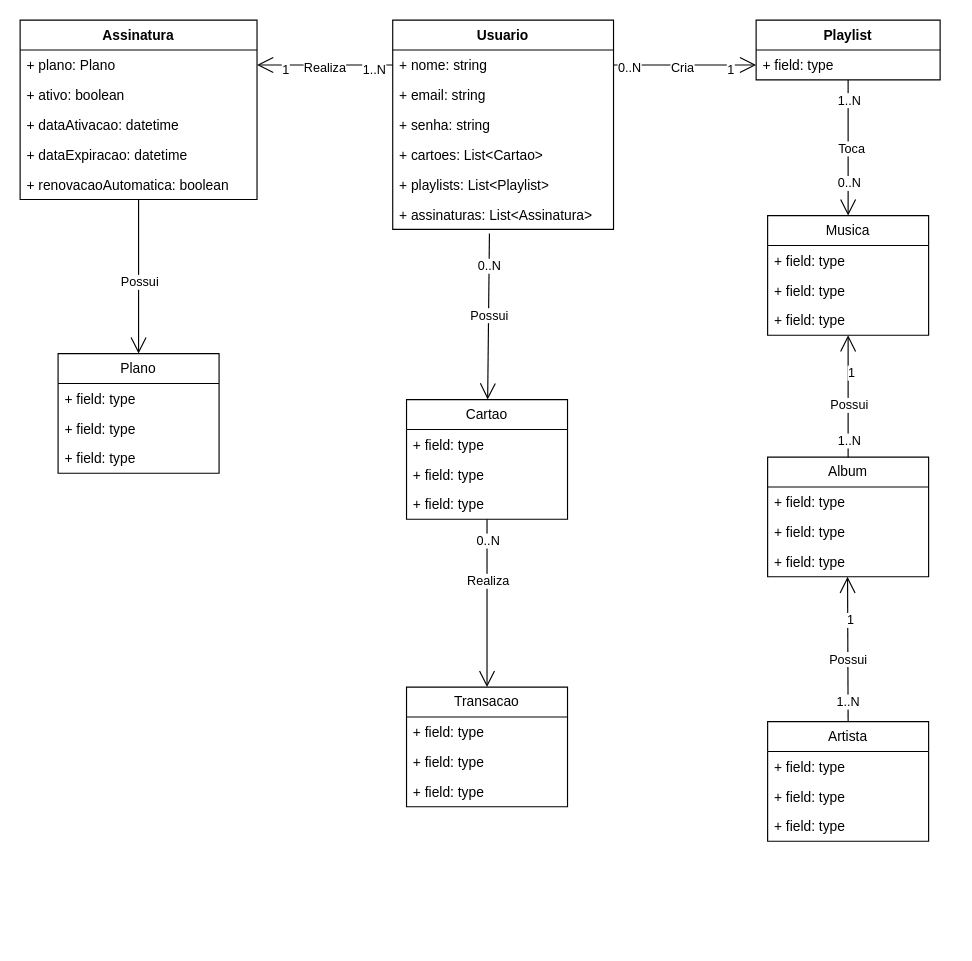
Before: Docs/UML.drawio in YuriNasci/SoundVillage, a draw.io diagram. Source tidied: cells renumbered, new cells numbered last; positions are measured from the earlier drawing's top-left corner, leaving out a move shared by most shapes. Both pictures are drawn from the tidied source at 115%, with x=0, y=0 at pixel (20, 20).
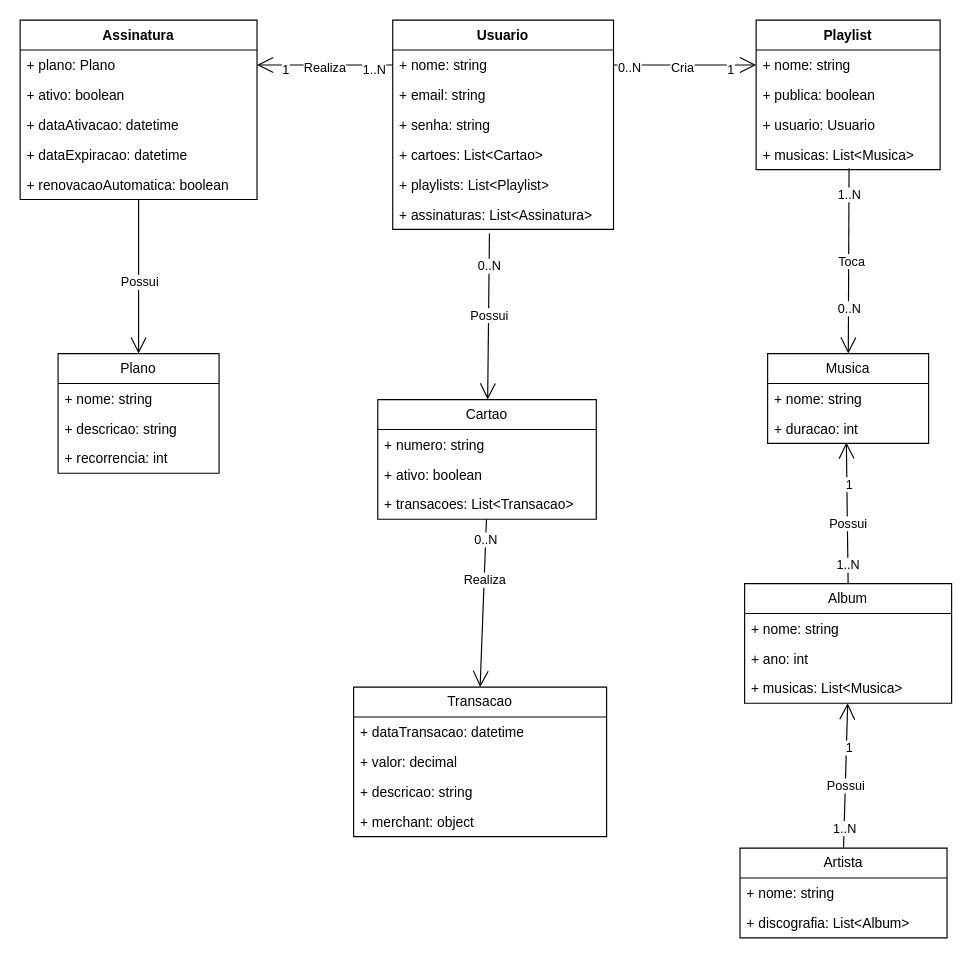
Above is the later version.

The change refers to these unchanged cells:
```xml
<mxCell id="33" value="Plano" style="swimlane;fontStyle=0;horizontal=1;startSize=26;fillColor=none;whiteSpace=wrap;html=1;" parent="1" vertex="1">
  <mxGeometry x="33" y="290" width="140" height="104" as="geometry" />
</mxCell>
```

Diff of the diagram source:
```diff
@@
     <mxCell id="15" value="Playlist" style="swimlane;fontStyle=1;align=center;verticalAlign=top;horizontal=1;startSize=26;whiteSpace=wrap;html=1;" parent="1" vertex="1">
-      <mxGeometry x="640" width="160" height="52" as="geometry" />
+      <mxGeometry x="640" width="160" height="130" as="geometry" />
     </mxCell>
-    <mxCell id="16" value="+ field: type" style="text;strokeColor=none;fillColor=none;align=left;verticalAlign=top;spacingLeft=4;spacingRight=4;overflow=hidden;points=[[0,0.5],[1,0.5]];portConstraint=eastwest;whiteSpace=wrap;html=1;" parent="15" vertex="1">
+    <mxCell id="16" value="+ nome: string" style="text;strokeColor=none;fillColor=none;align=left;verticalAlign=top;spacingLeft=4;spacingRight=4;overflow=hidden;points=[[0,0.5],[1,0.5]];portConstraint=eastwest;whiteSpace=wrap;html=1;" parent="15" vertex="1">
       <mxGeometry y="26" width="160" height="26" as="geometry" />
     </mxCell>
+    <mxCell id="69" value="+ publica: boolean" style="text;strokeColor=none;fillColor=none;align=left;verticalAlign=top;spacingLeft=4;spacingRight=4;overflow=hidden;whiteSpace=wrap;html=1;" parent="15" vertex="1">
+      <mxGeometry y="52" width="160" height="26" as="geometry" />
+    </mxCell>
+    <mxCell id="70" value="+ usuario: Usuario" style="text;strokeColor=none;fillColor=none;align=left;verticalAlign=top;spacingLeft=4;spacingRight=4;overflow=hidden;whiteSpace=wrap;html=1;" parent="15" vertex="1">
+      <mxGeometry y="78" width="160" height="26" as="geometry" />
+    </mxCell>
+    <mxCell id="71" value="+ musicas: List&amp;lt;Musica&amp;gt;" style="text;strokeColor=none;fillColor=none;align=left;verticalAlign=top;spacingLeft=4;spacingRight=4;overflow=hidden;points=[[0,0.5],[1,0.5]];portConstraint=eastwest;whiteSpace=wrap;html=1;" parent="15" vertex="1">
+      <mxGeometry y="104" width="160" height="26" as="geometry" />
+    </mxCell>
@@
     <mxCell id="25" value="Musica" style="swimlane;fontStyle=0;horizontal=1;startSize=26;fillColor=none;whiteSpace=wrap;html=1;" parent="1" vertex="1">
-      <mxGeometry x="650" y="170" width="140" height="104" as="geometry" />
+      <mxGeometry x="650" y="290" width="140" height="78" as="geometry" />
     </mxCell>
-    <mxCell id="26" value="+ field: type" style="text;strokeColor=none;fillColor=none;align=left;verticalAlign=top;spacingLeft=4;spacingRight=4;overflow=hidden;whiteSpace=wrap;html=1;" parent="25" vertex="1">
+    <mxCell id="26" value="+ nome: string" style="text;strokeColor=none;fillColor=none;align=left;verticalAlign=top;spacingLeft=4;spacingRight=4;overflow=hidden;whiteSpace=wrap;html=1;" parent="25" vertex="1">
       <mxGeometry y="26" width="140" height="26" as="geometry" />
     </mxCell>
-    <mxCell id="27" value="+ field: type" style="text;strokeColor=none;fillColor=none;align=left;verticalAlign=top;spacingLeft=4;spacingRight=4;overflow=hidden;points=[[0,0.5],[1,0.5]];portConstraint=eastwest;whiteSpace=wrap;html=1;" parent="25" vertex="1">
+    <mxCell id="27" value="+ duracao: int" style="text;strokeColor=none;fillColor=none;align=left;verticalAlign=top;spacingLeft=4;spacingRight=4;overflow=hidden;points=[[0,0.5],[1,0.5]];portConstraint=eastwest;whiteSpace=wrap;html=1;" parent="25" vertex="1">
       <mxGeometry y="52" width="140" height="26" as="geometry" />
     </mxCell>
-    <mxCell id="28" value="+ field: type" style="text;strokeColor=none;fillColor=none;align=left;verticalAlign=top;spacingLeft=4;spacingRight=4;overflow=hidden;points=[[0,0.5],[1,0.5]];portConstraint=eastwest;whiteSpace=wrap;html=1;" parent="25" vertex="1">
-      <mxGeometry y="78" width="140" height="26" as="geometry" />
-    </mxCell>
-    <mxCell id="29" style="endArrow=open;endFill=1;endSize=12;html=1;rounded=0;" parent="1" edge="1" source="16" target="25">
+    <mxCell id="29" style="endArrow=open;endFill=1;endSize=12;html=1;rounded=0;exitX=0.505;exitY=0.954;exitDx=0;exitDy=0;exitPerimeter=0;" parent="1" edge="1" source="71" target="25">
       <mxGeometry relative="1" as="geometry" />
     </mxCell>
@@
-    <mxCell id="34" value="+ field: type" style="text;strokeColor=none;fillColor=none;align=left;verticalAlign=top;spacingLeft=4;spacingRight=4;overflow=hidden;whiteSpace=wrap;html=1;" parent="33" vertex="1">
+    <mxCell id="34" value="+ nome: string" style="text;strokeColor=none;fillColor=none;align=left;verticalAlign=top;spacingLeft=4;spacingRight=4;overflow=hidden;whiteSpace=wrap;html=1;" parent="33" vertex="1">
       <mxGeometry y="26" width="140" height="26" as="geometry" />
     </mxCell>
-    <mxCell id="35" value="+ field: type" style="text;strokeColor=none;fillColor=none;align=left;verticalAlign=top;spacingLeft=4;spacingRight=4;overflow=hidden;whiteSpace=wrap;html=1;" parent="33" vertex="1">
+    <mxCell id="35" value="+ descricao: string" style="text;strokeColor=none;fillColor=none;align=left;verticalAlign=top;spacingLeft=4;spacingRight=4;overflow=hidden;whiteSpace=wrap;html=1;" parent="33" vertex="1">
       <mxGeometry y="52" width="140" height="26" as="geometry" />
     </mxCell>
-    <mxCell id="36" value="+ field: type" style="text;strokeColor=none;fillColor=none;align=left;verticalAlign=top;spacingLeft=4;spacingRight=4;overflow=hidden;whiteSpace=wrap;html=1;" parent="33" vertex="1">
+    <mxCell id="36" value="+ recorrencia: int" style="text;strokeColor=none;fillColor=none;align=left;verticalAlign=top;spacingLeft=4;spacingRight=4;overflow=hidden;whiteSpace=wrap;html=1;" parent="33" vertex="1">
       <mxGeometry y="78" width="140" height="26" as="geometry" />
     </mxCell>
@@
     <mxCell id="39" value="Cartao" style="swimlane;fontStyle=0;horizontal=1;startSize=26;fillColor=none;whiteSpace=wrap;html=1;" parent="1" vertex="1">
-      <mxGeometry x="336" y="330" width="140" height="104" as="geometry" />
+      <mxGeometry x="311" y="330" width="190" height="104" as="geometry" />
     </mxCell>
-    <mxCell id="40" value="+ field: type" style="text;strokeColor=none;fillColor=none;align=left;verticalAlign=top;spacingLeft=4;spacingRight=4;overflow=hidden;whiteSpace=wrap;html=1;" parent="39" vertex="1">
-      <mxGeometry y="26" width="140" height="26" as="geometry" />
+    <mxCell id="40" value="+ numero: string" style="text;strokeColor=none;fillColor=none;align=left;verticalAlign=top;spacingLeft=4;spacingRight=4;overflow=hidden;whiteSpace=wrap;html=1;" parent="39" vertex="1">
+      <mxGeometry y="26" width="190" height="26" as="geometry" />
     </mxCell>
-    <mxCell id="41" value="+ field: type" style="text;strokeColor=none;fillColor=none;align=left;verticalAlign=top;spacingLeft=4;spacingRight=4;overflow=hidden;whiteSpace=wrap;html=1;" parent="39" vertex="1">
-      <mxGeometry y="52" width="140" height="26" as="geometry" />
+    <mxCell id="41" value="+ ativo: boolean" style="text;strokeColor=none;fillColor=none;align=left;verticalAlign=top;spacingLeft=4;spacingRight=4;overflow=hidden;whiteSpace=wrap;html=1;" parent="39" vertex="1">
+      <mxGeometry y="52" width="190" height="26" as="geometry" />
     </mxCell>
-    <mxCell id="42" value="+ field: type" style="text;strokeColor=none;fillColor=none;align=left;verticalAlign=top;spacingLeft=4;spacingRight=4;overflow=hidden;points=[[0,0.5],[1,0.5]];portConstraint=eastwest;whiteSpace=wrap;html=1;" parent="39" vertex="1">
-      <mxGeometry y="78" width="140" height="26" as="geometry" />
+    <mxCell id="42" value="+ transacoes: List&amp;lt;Transacao&amp;gt;" style="text;strokeColor=none;fillColor=none;align=left;verticalAlign=top;spacingLeft=4;spacingRight=4;overflow=hidden;points=[[0,0.5],[1,0.5]];portConstraint=eastwest;whiteSpace=wrap;html=1;" parent="39" vertex="1">
+      <mxGeometry y="78" width="190" height="26" as="geometry" />
     </mxCell>
     <mxCell id="43" value="Transacao" style="swimlane;fontStyle=0;horizontal=1;startSize=26;fillColor=none;whiteSpace=wrap;html=1;" parent="1" vertex="1">
-      <mxGeometry x="336" y="580" width="140" height="104" as="geometry" />
+      <mxGeometry x="290" y="580" width="220" height="130" as="geometry" />
     </mxCell>
-    <mxCell id="44" value="+ field: type" style="text;strokeColor=none;fillColor=none;align=left;verticalAlign=top;spacingLeft=4;spacingRight=4;overflow=hidden;whiteSpace=wrap;html=1;" parent="43" vertex="1">
-      <mxGeometry y="26" width="140" height="26" as="geometry" />
+    <mxCell id="44" value="+ dataTransacao: datetime" style="text;strokeColor=none;fillColor=none;align=left;verticalAlign=top;spacingLeft=4;spacingRight=4;overflow=hidden;whiteSpace=wrap;html=1;" parent="43" vertex="1">
+      <mxGeometry y="26" width="220" height="26" as="geometry" />
     </mxCell>
-    <mxCell id="45" value="+ field: type" style="text;strokeColor=none;fillColor=none;align=left;verticalAlign=top;spacingLeft=4;spacingRight=4;overflow=hidden;whiteSpace=wrap;html=1;" parent="43" vertex="1">
-      <mxGeometry y="52" width="140" height="26" as="geometry" />
+    <mxCell id="45" value="+ valor: decimal" style="text;strokeColor=none;fillColor=none;align=left;verticalAlign=top;spacingLeft=4;spacingRight=4;overflow=hidden;whiteSpace=wrap;html=1;" parent="43" vertex="1">
+      <mxGeometry y="52" width="220" height="26" as="geometry" />
     </mxCell>
-    <mxCell id="46" value="+ field: type" style="text;strokeColor=none;fillColor=none;align=left;verticalAlign=top;spacingLeft=4;spacingRight=4;overflow=hidden;whiteSpace=wrap;html=1;" parent="43" vertex="1">
-      <mxGeometry y="78" width="140" height="26" as="geometry" />
+    <mxCell id="46" value="+ descricao: string" style="text;strokeColor=none;fillColor=none;align=left;verticalAlign=top;spacingLeft=4;spacingRight=4;overflow=hidden;whiteSpace=wrap;html=1;" parent="43" vertex="1">
+      <mxGeometry y="78" width="220" height="26" as="geometry" />
     </mxCell>
+    <mxCell id="72" value="+ merchant: object" style="text;strokeColor=none;fillColor=none;align=left;verticalAlign=top;spacingLeft=4;spacingRight=4;overflow=hidden;whiteSpace=wrap;html=1;" parent="43" vertex="1">
+      <mxGeometry y="104" width="220" height="26" as="geometry" />
+    </mxCell>
@@
     <mxCell id="53" value="Album" style="swimlane;fontStyle=0;horizontal=1;startSize=26;fillColor=none;whiteSpace=wrap;html=1;" parent="1" vertex="1">
-      <mxGeometry x="650" y="380" width="140" height="104" as="geometry" />
+      <mxGeometry x="630" y="490" width="180" height="104" as="geometry" />
     </mxCell>
-    <mxCell id="54" value="+ field: type" style="text;strokeColor=none;fillColor=none;align=left;verticalAlign=top;spacingLeft=4;spacingRight=4;overflow=hidden;whiteSpace=wrap;html=1;" parent="53" vertex="1">
-      <mxGeometry y="26" width="140" height="26" as="geometry" />
+    <mxCell id="54" value="+ nome: string" style="text;strokeColor=none;fillColor=none;align=left;verticalAlign=top;spacingLeft=4;spacingRight=4;overflow=hidden;whiteSpace=wrap;html=1;" parent="53" vertex="1">
+      <mxGeometry y="26" width="180" height="26" as="geometry" />
     </mxCell>
-    <mxCell id="55" value="+ field: type" style="text;strokeColor=none;fillColor=none;align=left;verticalAlign=top;spacingLeft=4;spacingRight=4;overflow=hidden;whiteSpace=wrap;html=1;" parent="53" vertex="1">
-      <mxGeometry y="52" width="140" height="26" as="geometry" />
+    <mxCell id="55" value="+ ano: int" style="text;strokeColor=none;fillColor=none;align=left;verticalAlign=top;spacingLeft=4;spacingRight=4;overflow=hidden;whiteSpace=wrap;html=1;" parent="53" vertex="1">
+      <mxGeometry y="52" width="180" height="26" as="geometry" />
     </mxCell>
-    <mxCell id="56" value="+ field: type" style="text;strokeColor=none;fillColor=none;align=left;verticalAlign=top;spacingLeft=4;spacingRight=4;overflow=hidden;points=[[0,0.5],[1,0.5]];portConstraint=eastwest;whiteSpace=wrap;html=1;" parent="53" vertex="1">
-      <mxGeometry y="78" width="140" height="26" as="geometry" />
+    <mxCell id="56" value="+ musicas: List&amp;lt;Musica&amp;gt;" style="text;strokeColor=none;fillColor=none;align=left;verticalAlign=top;spacingLeft=4;spacingRight=4;overflow=hidden;points=[[0,0.5],[1,0.5]];portConstraint=eastwest;whiteSpace=wrap;html=1;" parent="53" vertex="1">
+      <mxGeometry y="78" width="180" height="26" as="geometry" />
     </mxCell>
     <mxCell id="57" value="Artista" style="swimlane;fontStyle=0;horizontal=1;startSize=26;fillColor=none;whiteSpace=wrap;html=1;" parent="1" vertex="1">
-      <mxGeometry x="650" y="610" width="140" height="104" as="geometry" />
+      <mxGeometry x="626" y="720" width="180" height="78" as="geometry" />
     </mxCell>
-    <mxCell id="58" value="+ field: type" style="text;strokeColor=none;fillColor=none;align=left;verticalAlign=top;spacingLeft=4;spacingRight=4;overflow=hidden;whiteSpace=wrap;html=1;" parent="57" vertex="1">
-      <mxGeometry y="26" width="140" height="26" as="geometry" />
+    <mxCell id="58" value="+ nome: string" style="text;strokeColor=none;fillColor=none;align=left;verticalAlign=top;spacingLeft=4;spacingRight=4;overflow=hidden;whiteSpace=wrap;html=1;" parent="57" vertex="1">
+      <mxGeometry y="26" width="180" height="26" as="geometry" />
     </mxCell>
-    <mxCell id="59" value="+ field: type" style="text;strokeColor=none;fillColor=none;align=left;verticalAlign=top;spacingLeft=4;spacingRight=4;overflow=hidden;whiteSpace=wrap;html=1;" parent="57" vertex="1">
-      <mxGeometry y="52" width="140" height="26" as="geometry" />
+    <mxCell id="59" value="+ discografia: List&amp;lt;Album&amp;gt;" style="text;strokeColor=none;fillColor=none;align=left;verticalAlign=top;spacingLeft=4;spacingRight=4;overflow=hidden;whiteSpace=wrap;html=1;" parent="57" vertex="1">
+      <mxGeometry y="52" width="180" height="26" as="geometry" />
     </mxCell>
-    <mxCell id="60" value="+ field: type" style="text;strokeColor=none;fillColor=none;align=left;verticalAlign=top;spacingLeft=4;spacingRight=4;overflow=hidden;whiteSpace=wrap;html=1;" parent="57" vertex="1">
-      <mxGeometry y="78" width="140" height="26" as="geometry" />
-    </mxCell>
-    <mxCell id="61" style="endArrow=open;endFill=1;endSize=12;html=1;rounded=0;exitX=0.5;exitY=0;exitDx=0;exitDy=0;" parent="1" edge="1" source="53" target="28">
+    <mxCell id="61" style="endArrow=open;endFill=1;endSize=12;html=1;rounded=0;exitX=0.5;exitY=0;exitDx=0;exitDy=0;entryX=0.489;entryY=0.969;entryDx=0;entryDy=0;entryPerimeter=0;" parent="1" edge="1" source="53" target="27">
       <mxGeometry relative="1" as="geometry" />
     </mxCell>
@@
-    <mxCell id="65" style="endArrow=open;endFill=1;endSize=12;html=1;rounded=0;exitX=0.5;exitY=0;exitDx=0;exitDy=0;" parent="1" edge="1" source="57">
-      <mxGeometry relative="1" as="geometry">
-        <mxPoint x="719.5" y="484" as="targetPoint" />
-      </mxGeometry>
+    <mxCell id="65" style="endArrow=open;endFill=1;endSize=12;html=1;rounded=0;exitX=0.5;exitY=0;exitDx=0;exitDy=0;" parent="1" edge="1" source="57" target="56">
+      <mxGeometry relative="1" as="geometry" />
     </mxCell>
```
